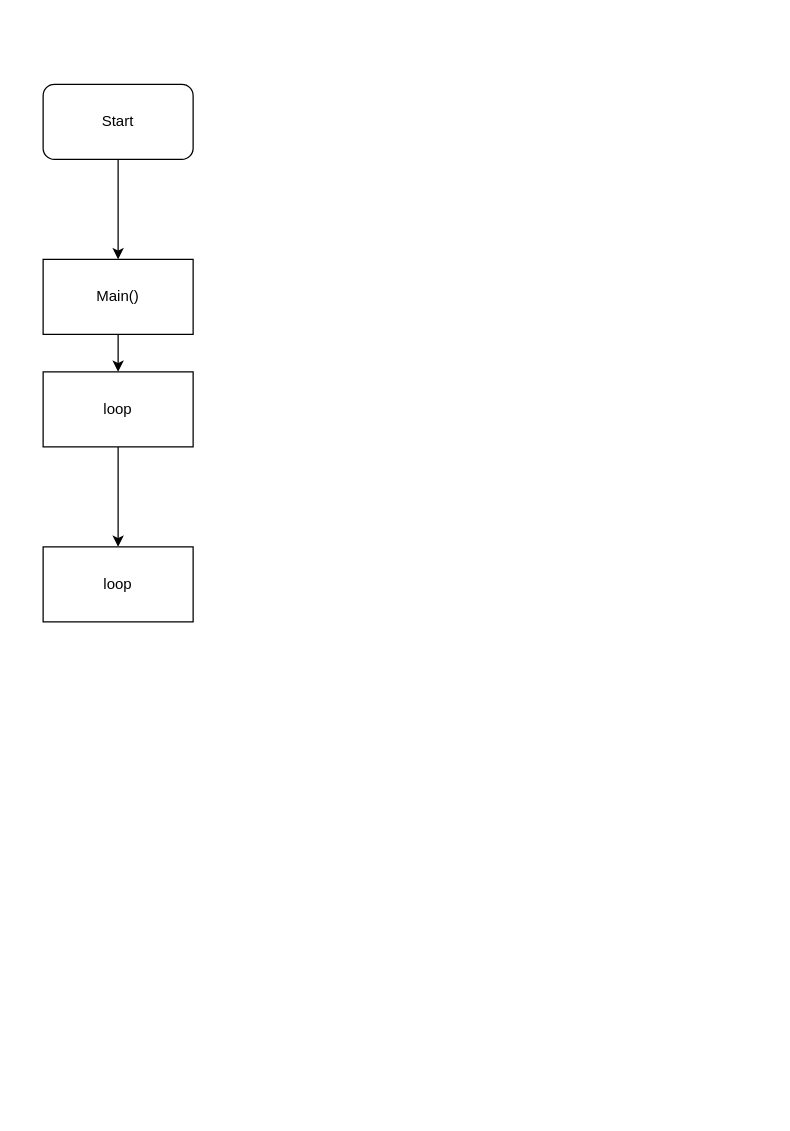
hanifadelekan/TextRobotPlanning keeps this draw.io diagram as TextRobotFlowchart.drawio. Above is the earlier version. Source tidied: cells renumbered, new cells numbered last; positions are measured from the earlier drawing's top-left corner, leaving out a move shared by most shapes. Both pictures are drawn from the tidied source at 125%, with x=0, y=0 at pixel (42, 84).
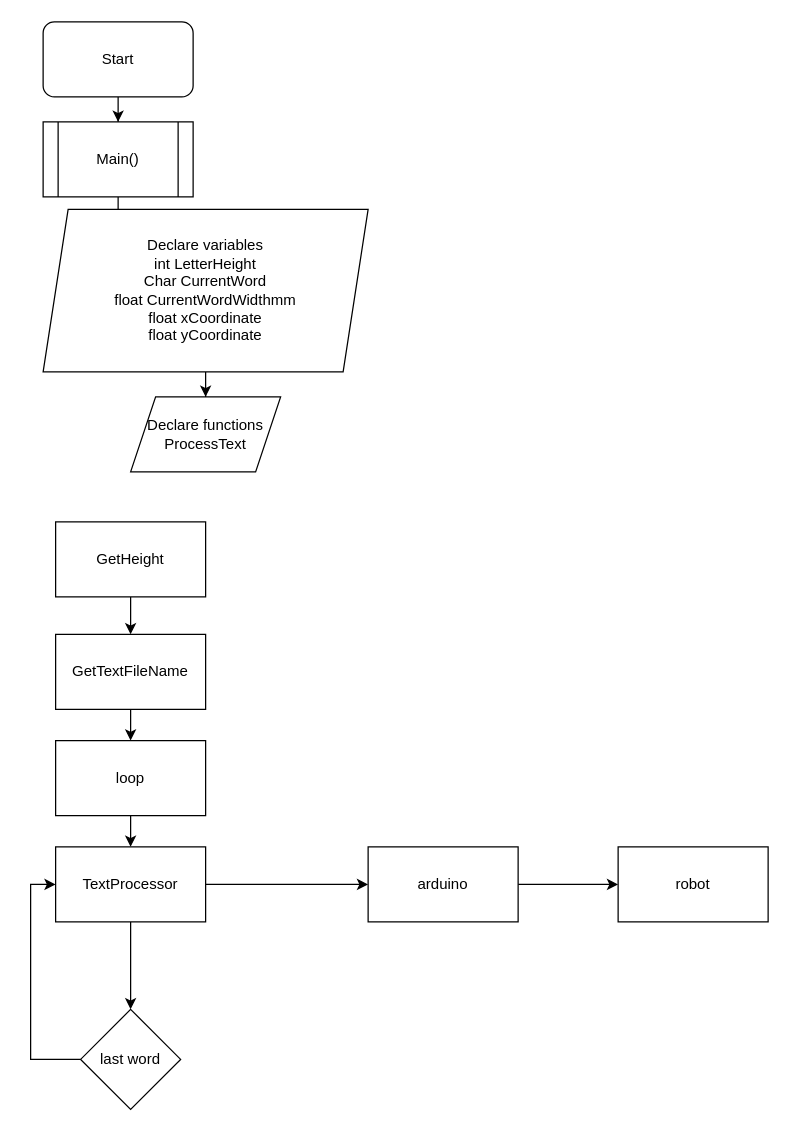
The same diagram, later.

What changed in the source:
```diff
@@
     <mxCell id="3" value="Start" style="rounded=1;whiteSpace=wrap;html=1;" parent="1" vertex="1">
-      <mxGeometry width="120" height="60" as="geometry" />
+      <mxGeometry y="-50" width="120" height="60" as="geometry" />
     </mxCell>
-    <mxCell id="4" style="edgeStyle=orthogonalEdgeStyle;rounded=0;jettySize=auto;html=1;exitX=0.5;exitY=1;exitDx=0;exitDy=0;" parent="1" edge="1" source="5" target="7">
-      <mxGeometry relative="1" as="geometry" />
-    </mxCell>
+    <mxCell id="9" style="edgeStyle=orthogonalEdgeStyle;rounded=0;jettySize=auto;html=1;" parent="1" edge="1" source="5" target="23">
+      <mxGeometry relative="1" as="geometry" />
+    </mxCell>
-    <mxCell id="5" value="Main()" style="rounded=0;whiteSpace=wrap;html=1;" parent="1" vertex="1">
-      <mxGeometry y="140" width="120" height="60" as="geometry" />
+    <mxCell id="5" value="Main()" style="rounded=0;whiteSpace=wrap;html=1;shape=process;backgroundOutline=1;" parent="1" vertex="1">
+      <mxGeometry y="30" width="120" height="60" as="geometry" />
     </mxCell>
-    <mxCell id="6" style="edgeStyle=orthogonalEdgeStyle;rounded=0;jettySize=auto;html=1;" parent="1" edge="1" source="7" target="8">
-      <mxGeometry relative="1" as="geometry" />
-    </mxCell>
+    <mxCell id="10" style="edgeStyle=orthogonalEdgeStyle;rounded=0;jettySize=auto;html=1;" parent="1" edge="1" source="8" target="12">
+      <mxGeometry relative="1" as="geometry" />
+    </mxCell>
+    <mxCell id="8" value="GetHeight" style="rounded=0;whiteSpace=wrap;html=1;" parent="1" vertex="1">
+      <mxGeometry x="10" y="350" width="120" height="60" as="geometry" />
+    </mxCell>
+    <mxCell id="11" style="edgeStyle=orthogonalEdgeStyle;rounded=0;jettySize=auto;html=1;exitX=0.5;exitY=1;exitDx=0;exitDy=0;entryX=0.5;entryY=0;entryDx=0;entryDy=0;" parent="1" edge="1" source="12" target="7">
+      <mxGeometry relative="1" as="geometry" />
+    </mxCell>
+    <mxCell id="12" value="GetTextFileName" style="rounded=0;whiteSpace=wrap;html=1;" parent="1" vertex="1">
+      <mxGeometry x="10" y="440" width="120" height="60" as="geometry" />
+    </mxCell>
+    <mxCell id="13" style="edgeStyle=orthogonalEdgeStyle;rounded=0;jettySize=auto;html=1;" parent="1" edge="1" source="7">
+      <mxGeometry relative="1" as="geometry">
+        <mxPoint x="70" y="610" as="targetPoint" />
+      </mxGeometry>
+    </mxCell>
     <mxCell id="7" value="loop" style="rounded=0;whiteSpace=wrap;html=1;" parent="1" vertex="1">
-      <mxGeometry y="230" width="120" height="60" as="geometry" />
+      <mxGeometry x="10" y="525" width="120" height="60" as="geometry" />
     </mxCell>
-    <mxCell id="8" value="loop" style="rounded=0;whiteSpace=wrap;html=1;" parent="1" vertex="1">
-      <mxGeometry y="370" width="120" height="60" as="geometry" />
-    </mxCell>
+    <mxCell id="14" style="edgeStyle=orthogonalEdgeStyle;rounded=0;jettySize=auto;html=1;" parent="1" edge="1" source="16" target="18">
+      <mxGeometry relative="1" as="geometry" />
+    </mxCell>
+    <mxCell id="15" style="edgeStyle=orthogonalEdgeStyle;rounded=0;jettySize=auto;html=1;exitX=1;exitY=0.5;exitDx=0;exitDy=0;" parent="1" edge="1" source="16" target="20">
+      <mxGeometry relative="1" as="geometry" />
+    </mxCell>
+    <mxCell id="16" value="TextProcessor" style="rounded=0;whiteSpace=wrap;html=1;" parent="1" vertex="1">
+      <mxGeometry x="10" y="610" width="120" height="60" as="geometry" />
+    </mxCell>
+    <mxCell id="17" style="edgeStyle=orthogonalEdgeStyle;rounded=0;jettySize=auto;html=1;exitX=0;exitY=0.5;exitDx=0;exitDy=0;entryX=0;entryY=0.5;entryDx=0;entryDy=0;" parent="1" edge="1" source="18" target="16">
+      <mxGeometry relative="1" as="geometry" />
+    </mxCell>
+    <mxCell id="18" value="last word" style="rhombus;whiteSpace=wrap;html=1;rounded=0;" parent="1" vertex="1">
+      <mxGeometry x="30" y="740" width="80" height="80" as="geometry" />
+    </mxCell>
+    <mxCell id="19" style="edgeStyle=orthogonalEdgeStyle;rounded=0;jettySize=auto;html=1;" parent="1" edge="1" source="20" target="21">
+      <mxGeometry relative="1" as="geometry" />
+    </mxCell>
+    <mxCell id="20" value="arduino" style="rounded=0;whiteSpace=wrap;html=1;" parent="1" vertex="1">
+      <mxGeometry x="260" y="610" width="120" height="60" as="geometry" />
+    </mxCell>
+    <mxCell id="21" value="robot" style="rounded=0;whiteSpace=wrap;html=1;" parent="1" vertex="1">
+      <mxGeometry x="460" y="610" width="120" height="60" as="geometry" />
+    </mxCell>
+    <mxCell id="22" style="edgeStyle=orthogonalEdgeStyle;rounded=0;jettySize=auto;html=1;" parent="1" edge="1" source="23" target="24">
+      <mxGeometry relative="1" as="geometry" />
+    </mxCell>
+    <mxCell id="23" value="Declare variables&lt;div&gt;int LetterHeight&lt;/div&gt;&lt;div&gt;Char CurrentWord&lt;/div&gt;&lt;div&gt;float CurrentWordWidthmm&lt;/div&gt;&lt;div&gt;float xCoordinate&lt;/div&gt;&lt;div&gt;float yCoordinate&lt;/div&gt;" style="shape=parallelogram;perimeter=parallelogramPerimeter;whiteSpace=wrap;html=1;fixedSize=1;rounded=0;" parent="1" vertex="1">
+      <mxGeometry y="100" width="260" height="130" as="geometry" />
+    </mxCell>
+    <mxCell id="24" value="Declare functions&lt;div&gt;ProcessText&lt;/div&gt;" style="whiteSpace=wrap;html=1;rounded=0;shape=parallelogram;backgroundOutline=1;perimeter=parallelogramPerimeter;fixedSize=1;" parent="1" vertex="1">
+      <mxGeometry x="70" y="250" width="120" height="60" as="geometry" />
+    </mxCell>
```
